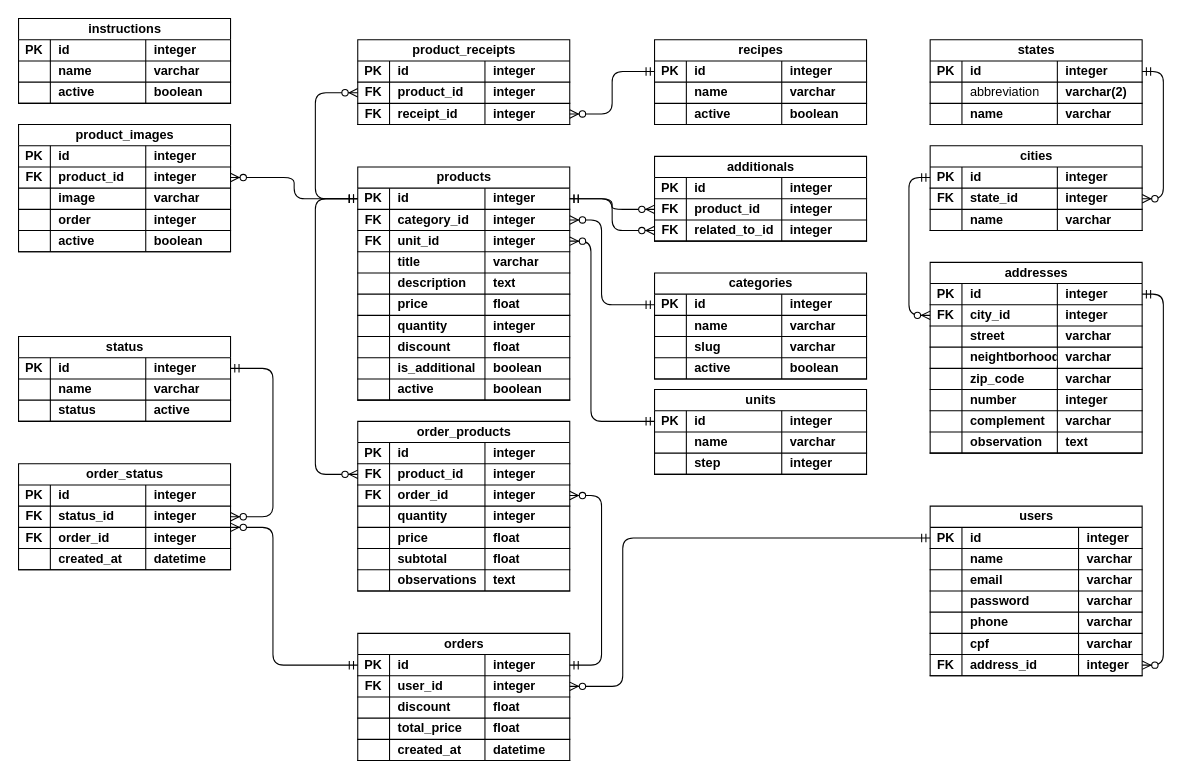
Earlier version of the draw.io diagram database/mer/UML.drawio (univesp-pium/apprestaurantes). Source tidied: cells renumbered, new cells numbered last; positions are measured from the earlier drawing's top-left corner, leaving out a move shared by most shapes. Both pictures are drawn from the tidied source at 106%, with x=0, y=0 at pixel (18, 18).
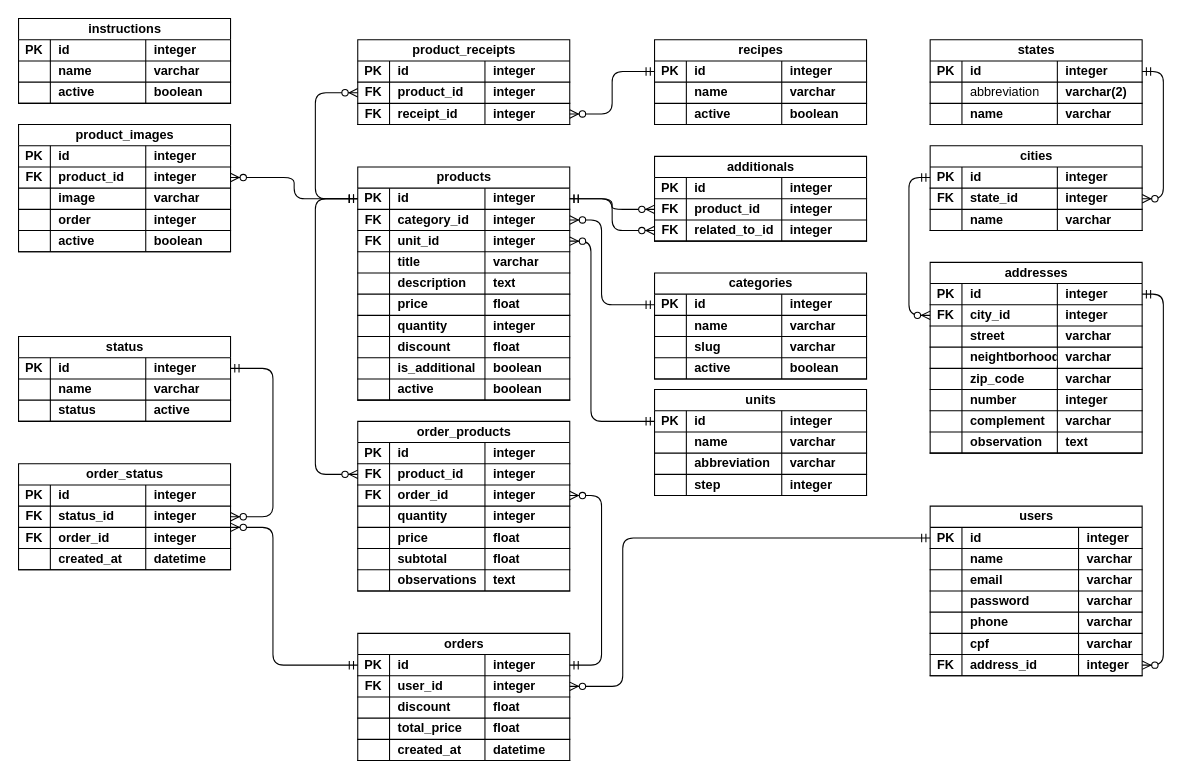
The same diagram, later.

Unchanged cells that the change refers to:
```xml
<mxCell id="311" style="shape=tableRow;horizontal=0;startSize=0;swimlaneHead=0;swimlaneBody=0;fillColor=none;top=0;left=0;right=0;bottom=1;fontFamily=Helvetica;fontSize=12;fontColor=default;labelBackgroundColor=default;" parent="302" vertex="1">
  <mxGeometry y="60" width="200" height="20" as="geometry" />
</mxCell>
```

Diff of the diagram source:
```diff
@@
     <mxCell id="302" value="units" style="shape=table;startSize=20;childLayout=tableLayout;rowLines=0;fontStyle=1;align=center;html=1;fontFamily=Helvetica;fontSize=12;fontColor=default;labelBackgroundColor=default;" parent="1" vertex="1">
-      <mxGeometry x="600" y="350" width="200" height="80" as="geometry" />
+      <mxGeometry x="600" y="350" width="200" height="100" as="geometry" />
     </mxCell>
@@
-    <mxCell id="313" value="step" style="shape=partialRectangle;fillColor=none;top=0;left=0;bottom=0;right=0;align=left;spacingLeft=6;fontStyle=1;overflow=hidden;whiteSpace=wrap;html=1;fontFamily=Helvetica;fontSize=12;fontColor=default;labelBackgroundColor=default;" parent="311" vertex="1">
+    <mxCell id="313" value="abbreviation" style="shape=partialRectangle;fillColor=none;top=0;left=0;bottom=0;right=0;align=left;spacingLeft=6;fontStyle=1;overflow=hidden;whiteSpace=wrap;html=1;fontFamily=Helvetica;fontSize=12;fontColor=default;labelBackgroundColor=default;" parent="311" vertex="1">
       <mxGeometry x="30" width="90" height="20" as="geometry" />
     </mxCell>
-    <mxCell id="314" value="integer" style="shape=partialRectangle;fillColor=none;top=0;left=0;bottom=0;right=0;align=left;spacingLeft=6;fontStyle=1;overflow=hidden;whiteSpace=wrap;html=1;fontFamily=Helvetica;fontSize=12;fontColor=default;labelBackgroundColor=default;" parent="311" vertex="1">
+    <mxCell id="314" value="varchar" style="shape=partialRectangle;fillColor=none;top=0;left=0;bottom=0;right=0;align=left;spacingLeft=6;fontStyle=1;overflow=hidden;whiteSpace=wrap;html=1;fontFamily=Helvetica;fontSize=12;fontColor=default;labelBackgroundColor=default;" parent="311" vertex="1">
       <mxGeometry x="120" width="80" height="20" as="geometry" />
     </mxCell>
+    <mxCell id="329" style="shape=tableRow;horizontal=0;startSize=0;swimlaneHead=0;swimlaneBody=0;fillColor=none;top=0;left=0;right=0;bottom=1;fontFamily=Helvetica;fontSize=12;fontColor=default;labelBackgroundColor=default;" parent="302" vertex="1">
+      <mxGeometry y="80" width="200" height="20" as="geometry" />
+    </mxCell>
+    <mxCell id="330" style="shape=partialRectangle;fillColor=none;top=0;left=0;bottom=0;right=0;fontStyle=1;overflow=hidden;whiteSpace=wrap;html=1;fontFamily=Helvetica;fontSize=12;fontColor=default;labelBackgroundColor=default;" parent="329" vertex="1">
+      <mxGeometry width="30" height="20" as="geometry" />
+    </mxCell>
+    <mxCell id="331" value="step" style="shape=partialRectangle;fillColor=none;top=0;left=0;bottom=0;right=0;align=left;spacingLeft=6;fontStyle=1;overflow=hidden;whiteSpace=wrap;html=1;fontFamily=Helvetica;fontSize=12;fontColor=default;labelBackgroundColor=default;" parent="329" vertex="1">
+      <mxGeometry x="30" width="90" height="20" as="geometry" />
+    </mxCell>
+    <mxCell id="332" value="integer" style="shape=partialRectangle;fillColor=none;top=0;left=0;bottom=0;right=0;align=left;spacingLeft=6;fontStyle=1;overflow=hidden;whiteSpace=wrap;html=1;fontFamily=Helvetica;fontSize=12;fontColor=default;labelBackgroundColor=default;" parent="329" vertex="1">
+      <mxGeometry x="120" width="80" height="20" as="geometry" />
+    </mxCell>
```
